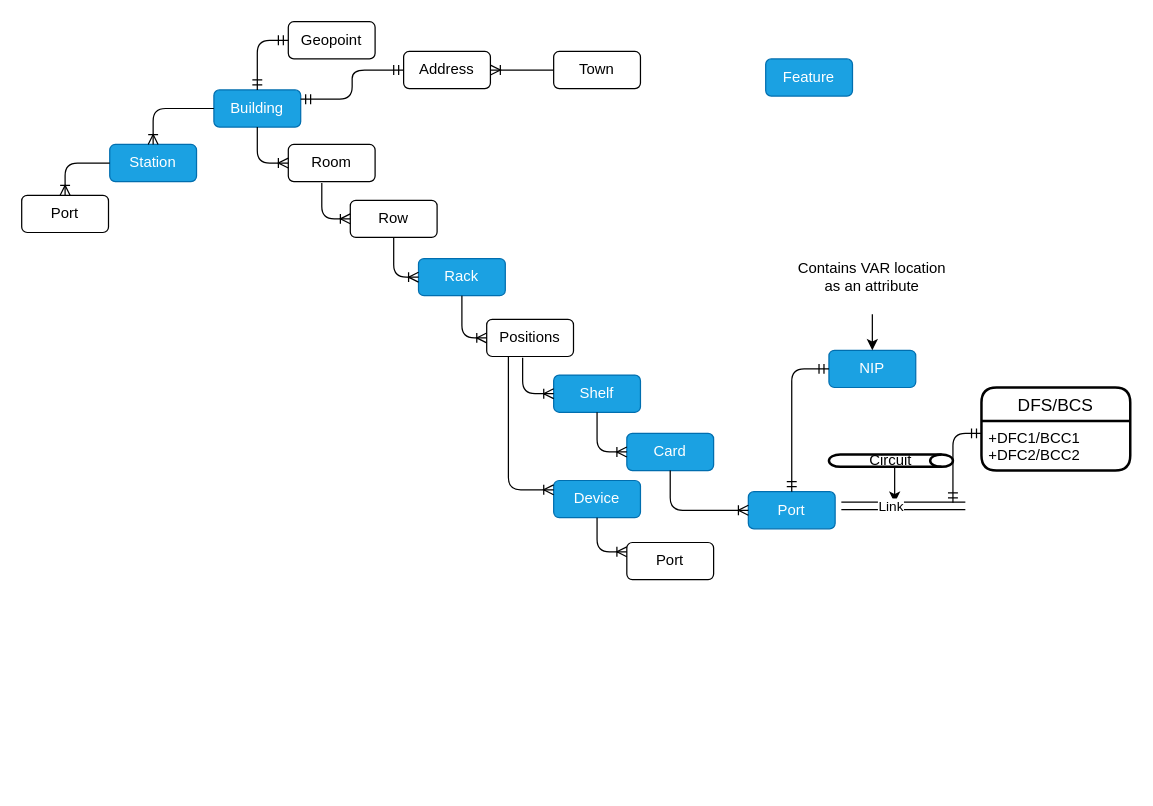
dearishtaq/hello-world-old keeps this draw.io diagram as page "GIS" (3 of 6) of Untitled Diagram.drawio. Above is the earlier version. Source tidied: cells renumbered, new cells numbered last; positions are measured from the earlier drawing's top-left corner, leaving out a move shared by most shapes. Both pictures are drawn from the tidied source at 124%, with x=0, y=0 at pixel (21, 21).
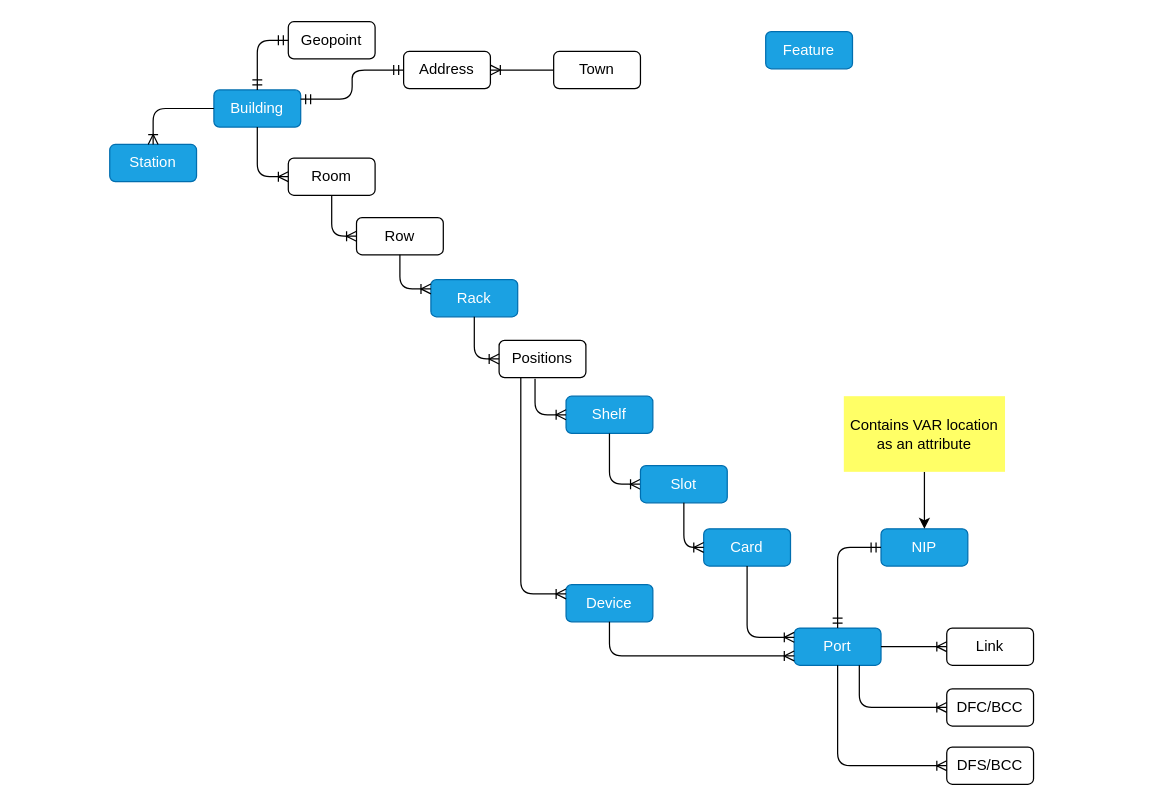
The same diagram, later.

The change refers to these unchanged cells:
```xml
<mxCell id="2" value="Building" style="rounded=1;whiteSpace=wrap;html=1;fillColor=#1ba1e2;strokeColor=#006EAF;fontColor=#ffffff;" parent="1" vertex="1">
  <mxGeometry x="155" y="55" width="70" height="30" as="geometry" />
</mxCell>
<mxCell id="26" value="Station" style="rounded=1;whiteSpace=wrap;html=1;fillColor=#1ba1e2;strokeColor=#006EAF;fontColor=#ffffff;" parent="1" vertex="1">
  <mxGeometry x="71" y="99" width="70" height="30" as="geometry" />
</mxCell>
```

What changed in the source:
```diff
@@
-    <mxCell id="3" value="Room" style="rounded=1;whiteSpace=wrap;html=1;" parent="1" vertex="1">
-      <mxGeometry x="215" y="99" width="70" height="30" as="geometry" />
+    <mxCell id="3" value="Link" style="rounded=1;whiteSpace=wrap;html=1;" parent="1" vertex="1">
+      <mxGeometry x="746" y="489" width="70" height="30" as="geometry" />
     </mxCell>
-    <mxCell id="4" style="edgeStyle=orthogonalEdgeStyle;fontSize=12;html=1;endArrow=ERoneToMany;exitX=0.5;exitY=1;exitDx=0;exitDy=0;entryX=0;entryY=0.5;entryDx=0;entryDy=0;" parent="1" edge="1" source="2" target="3">
+    <mxCell id="4" style="edgeStyle=orthogonalEdgeStyle;fontSize=12;html=1;endArrow=ERoneToMany;exitX=0.5;exitY=1;exitDx=0;exitDy=0;entryX=0;entryY=0.5;entryDx=0;entryDy=0;" parent="1" edge="1" source="2" target="44">
       <mxGeometry relative="1" as="geometry" />
     </mxCell>
-    <mxCell id="5" value="Row" style="rounded=1;whiteSpace=wrap;html=1;" parent="1" vertex="1">
-      <mxGeometry x="265" y="144" width="70" height="30" as="geometry" />
-    </mxCell>
-    <mxCell id="6" style="edgeStyle=orthogonalEdgeStyle;fontSize=12;html=1;endArrow=ERoneToMany;exitX=0.386;exitY=1.033;exitDx=0;exitDy=0;entryX=0;entryY=0.5;entryDx=0;entryDy=0;exitPerimeter=0;" parent="1" edge="1" source="3" target="5">
-      <mxGeometry relative="1" as="geometry" />
-    </mxCell>
     <mxCell id="7" value="Rack" style="rounded=1;whiteSpace=wrap;html=1;fillColor=#1ba1e2;strokeColor=#006EAF;fontColor=#ffffff;" parent="1" vertex="1">
-      <mxGeometry x="320" y="191" width="70" height="30" as="geometry" />
+      <mxGeometry x="330" y="208" width="70" height="30" as="geometry" />
     </mxCell>
-    <mxCell id="8" style="edgeStyle=orthogonalEdgeStyle;fontSize=12;html=1;endArrow=ERoneToMany;entryX=0;entryY=0.5;entryDx=0;entryDy=0;" parent="1" edge="1" source="5" target="7">
-      <mxGeometry relative="1" as="geometry" />
-    </mxCell>
     <mxCell id="9" value="Positions" style="rounded=1;whiteSpace=wrap;html=1;" parent="1" vertex="1">
-      <mxGeometry x="375" y="240" width="70" height="30" as="geometry" />
+      <mxGeometry x="385" y="257" width="70" height="30" as="geometry" />
     </mxCell>
@@
     <mxCell id="11" value="Shelf" style="rounded=1;whiteSpace=wrap;html=1;fillColor=#1ba1e2;strokeColor=#006EAF;fontColor=#ffffff;" parent="1" vertex="1">
-      <mxGeometry x="429" y="285" width="70" height="30" as="geometry" />
+      <mxGeometry x="439" y="302" width="70" height="30" as="geometry" />
     </mxCell>
@@
     <mxCell id="13" value="Card" style="rounded=1;whiteSpace=wrap;html=1;fillColor=#1ba1e2;strokeColor=#006EAF;fontColor=#ffffff;" parent="1" vertex="1">
-      <mxGeometry x="488" y="332" width="70" height="30" as="geometry" />
+      <mxGeometry x="550" y="409" width="70" height="30" as="geometry" />
     </mxCell>
-    <mxCell id="14" style="edgeStyle=orthogonalEdgeStyle;fontSize=12;html=1;endArrow=ERoneToMany;exitX=0.5;exitY=1;exitDx=0;exitDy=0;entryX=0;entryY=0.5;entryDx=0;entryDy=0;" parent="1" edge="1" source="11" target="13">
+    <mxCell id="14" style="edgeStyle=orthogonalEdgeStyle;fontSize=12;html=1;endArrow=ERoneToMany;exitX=0.5;exitY=1;exitDx=0;exitDy=0;entryX=0;entryY=0.5;entryDx=0;entryDy=0;" parent="1" edge="1" source="11" target="50">
       <mxGeometry relative="1" as="geometry" />
     </mxCell>
     <mxCell id="15" value="Port" style="rounded=1;whiteSpace=wrap;html=1;fillColor=#1ba1e2;strokeColor=#006EAF;fontColor=#ffffff;" parent="1" vertex="1">
-      <mxGeometry x="586" y="379" width="70" height="30" as="geometry" />
+      <mxGeometry x="623" y="489" width="70" height="30" as="geometry" />
     </mxCell>
-    <mxCell id="16" style="edgeStyle=orthogonalEdgeStyle;fontSize=12;html=1;endArrow=ERoneToMany;entryX=0;entryY=0.5;entryDx=0;entryDy=0;exitX=0.5;exitY=1;exitDx=0;exitDy=0;" parent="1" edge="1" source="13" target="15">
+    <mxCell id="16" style="edgeStyle=orthogonalEdgeStyle;fontSize=12;html=1;endArrow=ERoneToMany;entryX=0;entryY=0.25;entryDx=0;entryDy=0;exitX=0.5;exitY=1;exitDx=0;exitDy=0;" parent="1" edge="1" source="13" target="15">
       <mxGeometry relative="1" as="geometry" />
     </mxCell>
     <mxCell id="17" style="edgeStyle=elbowEdgeStyle;rounded=0;orthogonalLoop=1;jettySize=auto;elbow=vertical;html=1;entryX=0.25;entryY=0;entryDx=0;entryDy=0;" parent="1" edge="1">
       <mxGeometry relative="1" as="geometry">
-        <mxPoint x="522.5" y="240" as="sourcePoint" />
-        <mxPoint x="522.5" y="240" as="targetPoint" />
+        <mxPoint x="532.5" y="257" as="sourcePoint" />
+        <mxPoint x="532.5" y="257" as="targetPoint" />
       </mxGeometry>
     </mxCell>
     <mxCell id="18" value="Device" style="rounded=1;whiteSpace=wrap;html=1;fillColor=#1ba1e2;strokeColor=#006EAF;fontColor=#ffffff;" parent="1" vertex="1">
-      <mxGeometry x="429" y="370" width="70" height="30" as="geometry" />
+      <mxGeometry x="439" y="454" width="70" height="30" as="geometry" />
     </mxCell>
@@
-    <mxCell id="20" value="Port" style="rounded=1;whiteSpace=wrap;html=1;" parent="1" vertex="1">
-      <mxGeometry x="488" y="420" width="70" height="30" as="geometry" />
-    </mxCell>
-    <mxCell id="21" style="edgeStyle=orthogonalEdgeStyle;fontSize=12;html=1;endArrow=ERoneToMany;exitX=0.5;exitY=1;exitDx=0;exitDy=0;entryX=0;entryY=0.25;entryDx=0;entryDy=0;" parent="1" edge="1" source="18" target="20">
+    <mxCell id="21" style="edgeStyle=orthogonalEdgeStyle;fontSize=12;html=1;endArrow=ERoneToMany;exitX=0.5;exitY=1;exitDx=0;exitDy=0;entryX=0;entryY=0.75;entryDx=0;entryDy=0;" parent="1" edge="1" source="18" target="15">
       <mxGeometry relative="1" as="geometry" />
     </mxCell>
@@
     <mxCell id="30" value="Feature" style="rounded=1;whiteSpace=wrap;html=1;fillColor=#1ba1e2;strokeColor=#006EAF;fontColor=#ffffff;" parent="1" vertex="1">
-      <mxGeometry x="600" y="30" width="70" height="30" as="geometry" />
+      <mxGeometry x="600" y="8" width="70" height="30" as="geometry" />
     </mxCell>
-    <mxCell id="31" value="Port" style="rounded=1;whiteSpace=wrap;html=1;" parent="1" vertex="1">
-      <mxGeometry y="140" width="70" height="30" as="geometry" />
-    </mxCell>
-    <mxCell id="32" style="edgeStyle=orthogonalEdgeStyle;fontSize=12;html=1;endArrow=ERoneToMany;" parent="1" edge="1" source="26" target="31">
-      <mxGeometry relative="1" as="geometry" />
-    </mxCell>
-    <mxCell id="33" style="edgeStyle=orthogonalEdgeStyle;rounded=0;jettySize=auto;html=1;exitX=0.5;exitY=1;exitDx=0;exitDy=0;exitPerimeter=0;shadow=0;" parent="1" edge="1" source="34">
-      <mxGeometry relative="1" as="geometry">
-        <mxPoint x="704" y="388" as="targetPoint" />
-      </mxGeometry>
-    </mxCell>
-    <mxCell id="34" value="Circuit" style="strokeWidth=2;html=1;shape=mxgraph.flowchart.direct_data;whiteSpace=wrap;" parent="1" vertex="1">
-      <mxGeometry x="651" y="349" width="100" height="10" as="geometry" />
-    </mxCell>
-    <mxCell id="35" value="Link" style="shape=link;html=1;width=6;shadow=0;" parent="1" edge="1">
-      <mxGeometry x="-0.2" relative="1" as="geometry">
-        <mxPoint x="661" y="390.5" as="sourcePoint" />
-        <mxPoint x="761" y="390.5" as="targetPoint" />
-      </mxGeometry>
-    </mxCell>
-    <mxCell id="36" style="edgeStyle=orthogonalEdgeStyle;fontSize=12;html=1;endArrow=ERmandOne;startArrow=ERmandOne;shadow=0;" parent="1" edge="1">
-      <mxGeometry relative="1" as="geometry">
-        <mxPoint x="751" y="388" as="sourcePoint" />
-        <mxPoint x="774" y="332" as="targetPoint" />
-        <Array as="points">
-          <mxPoint x="751" y="388" />
-          <mxPoint x="751" y="332" />
-        </Array>
-      </mxGeometry>
-    </mxCell>
-    <mxCell id="37" value="DFS/BCS" style="swimlane;horizontal=1;startSize=27;rounded=1;fontSize=14;fontStyle=0;strokeWidth=2;shadow=0;dashed=0;align=center;" parent="1" vertex="1">
-      <mxGeometry x="774" y="295" width="120" height="67" as="geometry" />
-    </mxCell>
-    <mxCell id="38" value="+DFC1/BCC1&#10;+DFC2/BCC2&#10;" style="align=left;strokeColor=none;fillColor=none;spacingLeft=4;fontSize=12;verticalAlign=top;" parent="37" vertex="1">
-      <mxGeometry y="27" width="120" height="40" as="geometry" />
-    </mxCell>
     <mxCell id="39" value="NIP" style="rounded=1;whiteSpace=wrap;html=1;fillColor=#1ba1e2;strokeColor=#006EAF;fontColor=#ffffff;" parent="1" vertex="1">
-      <mxGeometry x="651" y="265" width="70" height="30" as="geometry" />
+      <mxGeometry x="693" y="409" width="70" height="30" as="geometry" />
     </mxCell>
@@
-    <mxCell id="42" value="Contains VAR location as an attribute" style="text;html=1;strokeColor=none;fillColor=none;align=center;verticalAlign=middle;whiteSpace=wrap;overflow=hidden;" parent="1" vertex="1">
-      <mxGeometry x="621" y="175" width="130" height="61" as="geometry" />
+    <mxCell id="42" value="Contains VAR location as an attribute" style="text;html=1;strokeColor=none;align=center;verticalAlign=middle;whiteSpace=wrap;overflow=hidden;fillColor=#FFFF66;" parent="1" vertex="1">
+      <mxGeometry x="663" y="302" width="130" height="61" as="geometry" />
     </mxCell>
+    <mxCell id="43" style="edgeStyle=orthogonalEdgeStyle;fontSize=12;html=1;endArrow=ERoneToMany;entryX=0;entryY=0.5;entryDx=0;entryDy=0;" parent="1" edge="1" source="15" target="3">
+      <mxGeometry relative="1" as="geometry" />
+    </mxCell>
+    <mxCell id="44" value="Room" style="rounded=1;whiteSpace=wrap;html=1;" parent="1" vertex="1">
+      <mxGeometry x="215" y="110" width="70" height="30" as="geometry" />
+    </mxCell>
+    <mxCell id="5" value="Row" style="rounded=1;whiteSpace=wrap;html=1;" parent="1" vertex="1">
+      <mxGeometry x="270" y="158" width="70" height="30" as="geometry" />
+    </mxCell>
+    <mxCell id="45" style="edgeStyle=orthogonalEdgeStyle;fontSize=12;html=1;endArrow=ERoneToMany;exitX=0.5;exitY=1;exitDx=0;exitDy=0;entryX=0;entryY=0.5;entryDx=0;entryDy=0;" parent="1" edge="1" source="44" target="5">
+      <mxGeometry relative="1" as="geometry" />
+    </mxCell>
+    <mxCell id="8" style="edgeStyle=orthogonalEdgeStyle;fontSize=12;html=1;endArrow=ERoneToMany;exitX=0.5;exitY=1;exitDx=0;exitDy=0;entryX=0;entryY=0.25;entryDx=0;entryDy=0;" parent="1" edge="1" source="5" target="7">
+      <mxGeometry relative="1" as="geometry" />
+    </mxCell>
+    <mxCell id="46" value="DFC/BCC" style="rounded=1;whiteSpace=wrap;html=1;" parent="1" vertex="1">
+      <mxGeometry x="746" y="538" width="70" height="30" as="geometry" />
+    </mxCell>
+    <mxCell id="47" value="DFS/BCC" style="rounded=1;whiteSpace=wrap;html=1;" parent="1" vertex="1">
+      <mxGeometry x="746" y="585" width="70" height="30" as="geometry" />
+    </mxCell>
+    <mxCell id="48" style="edgeStyle=orthogonalEdgeStyle;fontSize=12;html=1;endArrow=ERoneToMany;entryX=0;entryY=0.5;entryDx=0;entryDy=0;exitX=0.75;exitY=1;exitDx=0;exitDy=0;" parent="1" edge="1" source="15" target="46">
+      <mxGeometry relative="1" as="geometry" />
+    </mxCell>
+    <mxCell id="49" style="edgeStyle=orthogonalEdgeStyle;fontSize=12;html=1;endArrow=ERoneToMany;entryX=0;entryY=0.5;entryDx=0;entryDy=0;exitX=0.5;exitY=1;exitDx=0;exitDy=0;" parent="1" edge="1" source="15" target="47">
+      <mxGeometry relative="1" as="geometry" />
+    </mxCell>
+    <mxCell id="50" value="Slot" style="rounded=1;whiteSpace=wrap;html=1;fillColor=#1ba1e2;strokeColor=#006EAF;fontColor=#ffffff;" parent="1" vertex="1">
+      <mxGeometry x="499" y="358" width="70" height="30" as="geometry" />
+    </mxCell>
+    <mxCell id="51" style="edgeStyle=orthogonalEdgeStyle;fontSize=12;html=1;endArrow=ERoneToMany;exitX=0.5;exitY=1;exitDx=0;exitDy=0;entryX=0;entryY=0.5;entryDx=0;entryDy=0;" parent="1" edge="1" source="50" target="13">
+      <mxGeometry relative="1" as="geometry" />
+    </mxCell>
```
